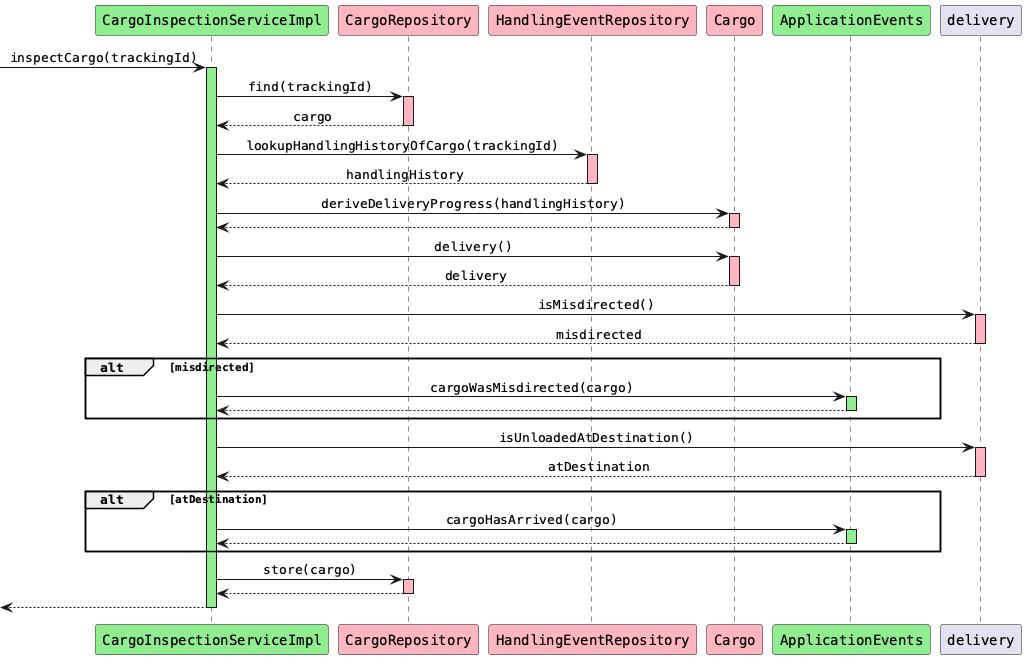
The PlantUML diagram src/site/resources/diagrams/CargoInspectionServiceImpl_inspectCargo.png in aowss/dddsample-core, before a commit. The source it was exported from:
```plantuml
@startuml
skinparam monochrome false
skinparam defaultFontName Courier
skinparam sequenceMessageAlign center

participant "CargoInspectionServiceImpl" as cis #lightgreen
participant "CargoRepository" as cr #lightpink
participant "HandlingEventRepository" as her #lightpink
participant "Cargo" as c #lightpink
participant "ApplicationEvents" as ae #lightgreen

[-> cis: inspectCargo(trackingId)
activate cis #lightgreen

cis -> cr: find(trackingId)
activate cr #lightpink
cr --> cis: cargo
deactivate cr

cis -> her: lookupHandlingHistoryOfCargo(trackingId)
activate her #lightpink
her --> cis: handlingHistory
deactivate her

cis -> c: deriveDeliveryProgress(handlingHistory)
activate c #lightpink
c --> cis
deactivate c

cis -> c: delivery()
activate c #lightpink
c --> cis: delivery
deactivate c

cis -> delivery: isMisdirected()
activate delivery #lightpink
delivery --> cis: misdirected
deactivate delivery

alt misdirected
    cis -> ae: cargoWasMisdirected(cargo)
    activate ae #lightgreen
    ae --> cis
    deactivate ae
end

cis -> delivery: isUnloadedAtDestination()
activate delivery #lightpink
delivery --> cis: atDestination
deactivate delivery

alt atDestination
    cis -> ae: cargoHasArrived(cargo)
    activate ae #lightgreen
    ae --> cis
    deactivate ae
end

cis -> cr: store(cargo)
activate cr #lightpink
cr --> cis
deactivate cr

[<-- cis
deactivate cis

@enduml
```
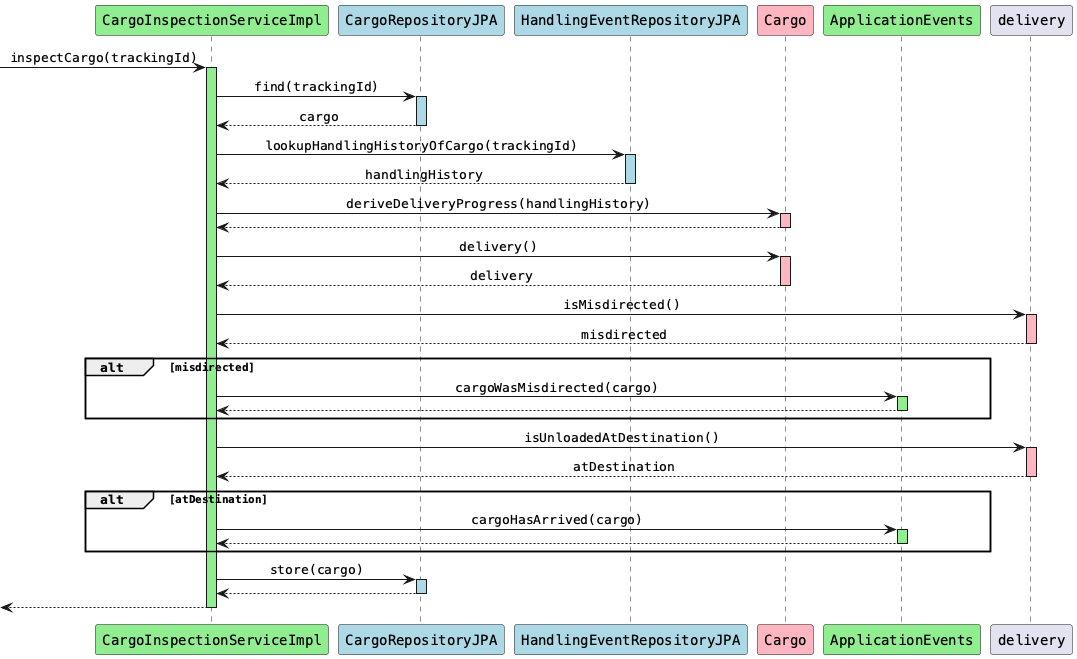
After the commit.

Change to the diagram source:
```diff
@@ -4,8 +4,8 @@
 skinparam sequenceMessageAlign center
 
 participant "CargoInspectionServiceImpl" as cis #lightgreen
-participant "CargoRepository" as cr #lightpink
-participant "HandlingEventRepository" as her #lightpink
+participant "CargoRepositoryJPA" as cr #lightblue
+participant "HandlingEventRepositoryJPA" as her #lightblue
 participant "Cargo" as c #lightpink
 participant "ApplicationEvents" as ae #lightgreen
 
@@ -13,12 +13,12 @@
 activate cis #lightgreen
 
 cis -> cr: find(trackingId)
-activate cr #lightpink
+activate cr #lightblue
 cr --> cis: cargo
 deactivate cr
 
 cis -> her: lookupHandlingHistoryOfCargo(trackingId)
-activate her #lightpink
+activate her #lightblue
 her --> cis: handlingHistory
 deactivate her
 
@@ -57,7 +57,7 @@
 end
 
 cis -> cr: store(cargo)
-activate cr #lightpink
+activate cr #lightblue
 cr --> cis
 deactivate cr
 
```
